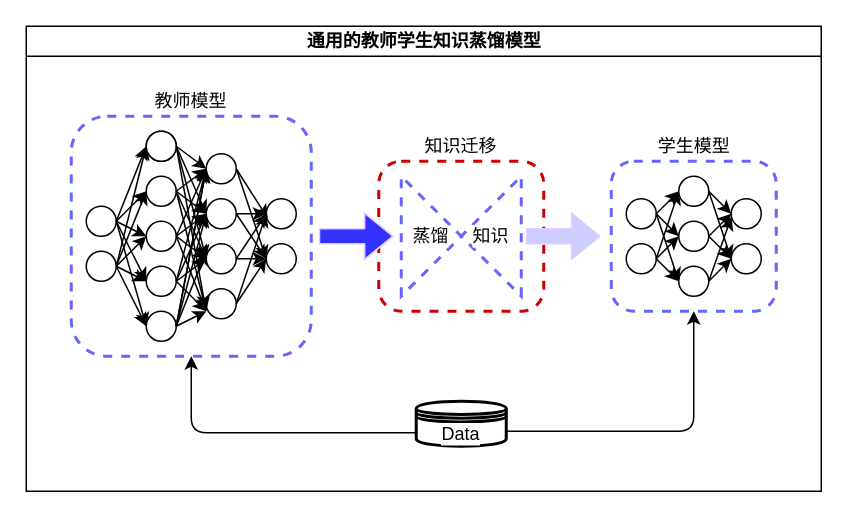
Noeverer/Mindmap keeps this draw.io diagram as generic-KD.drawio. Above is the earlier version. Source tidied: cells renumbered, new cells numbered last; positions are measured from the earlier drawing's top-left corner, leaving out a move shared by most shapes. Both pictures are drawn from the tidied source at 150%, with x=0, y=0 at pixel (26, 26).
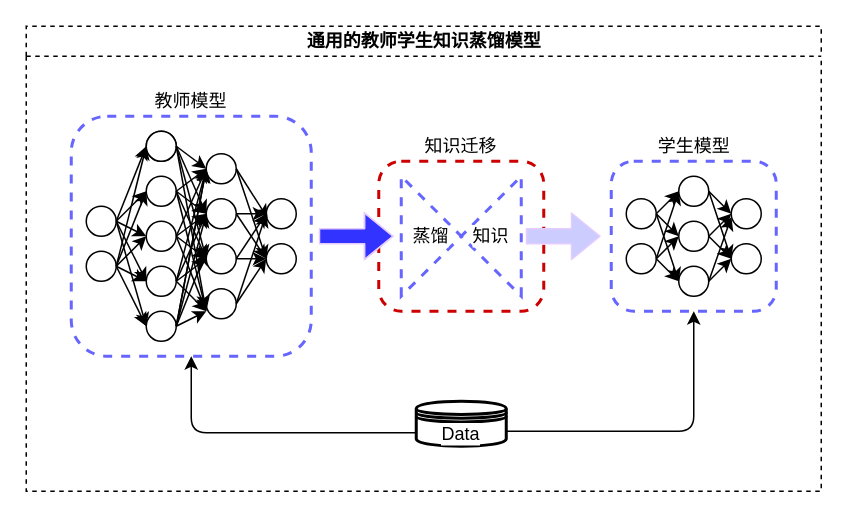
The same diagram, later.

Diff of the diagram source:
```diff
@@
-    <mxCell id="2" value="通用的教师学生知识蒸馏模型" style="swimlane;html=1;startSize=20;horizontal=1;containerType=tree;glass=0;" parent="1" vertex="1">
+    <mxCell id="2" value="通用的教师学生知识蒸馏模型" style="swimlane;html=1;startSize=20;horizontal=1;containerType=tree;glass=0;dashed=1;" parent="1" vertex="1">
       <mxGeometry width="530" height="310" as="geometry" />
     </mxCell>
```
